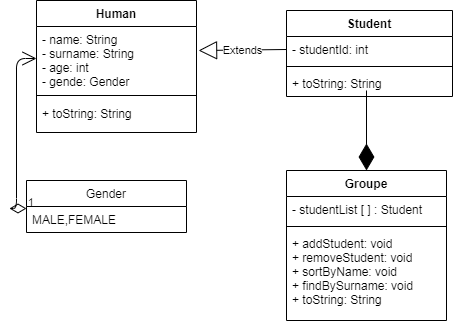
Earlier version of the draw.io export Untitled Diagram.png (AndProgKiev/OOP3). Source tidied: cells renumbered, new cells last; positions are measured from the earlier drawing's top-left corner, leaving out a move shared by most shapes.
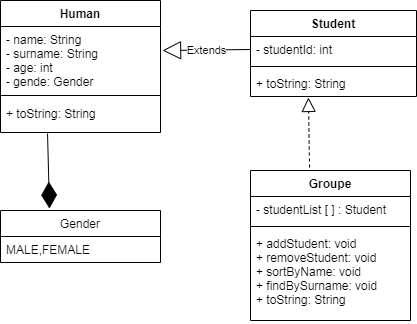
After the change.

What changed in the source:
```diff
@@ -17,15 +17,6 @@
     <mxCell id="6" value="Extends" style="endArrow=block;endSize=16;endFill=0;html=1;entryX=1.013;entryY=0.375;entryDx=0;entryDy=0;entryPerimeter=0;exitX=0;exitY=0.5;exitDx=0;exitDy=0;" parent="1" edge="1" source="15" target="11">
       <mxGeometry relative="1" as="geometry" />
     </mxCell>
-    <mxCell id="7" value="1" style="endArrow=open;html=1;endSize=12;startArrow=diamondThin;startSize=14;startFill=0;edgeStyle=orthogonalEdgeStyle;align=left;verticalAlign=bottom;exitX=0;exitY=0.077;exitDx=0;exitDy=0;exitPerimeter=0;entryX=0;entryY=0.5;entryDx=0;entryDy=0;" parent="1" edge="1" source="9" target="11">
-      <mxGeometry x="-1" y="3" relative="1" as="geometry" />
-    </mxCell>
-    <mxCell id="8" value="Gender" style="swimlane;fontStyle=0;horizontal=1;startSize=26;fillColor=none;" parent="1" vertex="1">
-      <mxGeometry y="180" width="160" height="52" as="geometry" />
-    </mxCell>
-    <mxCell id="9" value="MALE,FEMALE" style="text;strokeColor=none;fillColor=none;align=left;verticalAlign=top;spacingLeft=4;spacingRight=4;overflow=hidden;points=[[0,0.5],[1,0.5]];portConstraint=eastwest;" parent="8" vertex="1">
-      <mxGeometry y="26" width="160" height="26" as="geometry" />
-    </mxCell>
     <mxCell id="10" value="Human" style="swimlane;fontStyle=1;align=center;verticalAlign=top;horizontal=1;startSize=26;" parent="1" vertex="1">
       <mxGeometry x="10" width="160" height="132" as="geometry" />
     </mxCell>
@@ -50,10 +41,17 @@
     <mxCell id="17" value="+ toString: String" style="text;strokeColor=none;fillColor=none;align=left;verticalAlign=top;spacingLeft=4;spacingRight=4;overflow=hidden;points=[[0,0.5],[1,0.5]];portConstraint=eastwest;" parent="14" vertex="1">
       <mxGeometry y="60" width="166" height="26" as="geometry" />
     </mxCell>
-    <mxCell id="18" style="endArrow=diamondThin;endFill=1;endSize=24;html=1;entryX=0.5;entryY=0;entryDx=0;entryDy=0;" parent="1" edge="1" target="2">
-      <mxGeometry relative="1" as="geometry">
-        <mxPoint x="340" y="90" as="sourcePoint" />
-      </mxGeometry>
-    </mxCell>
+    <mxCell id="19" style="endArrow=block;dashed=1;endFill=0;endSize=12;html=1;entryX=0.349;entryY=1.038;entryDx=0;entryDy=0;entryPerimeter=0;exitX=0.369;exitY=-0.02;exitDx=0;exitDy=0;exitPerimeter=0;" parent="1" edge="1" source="2" target="17">
+      <mxGeometry relative="1" as="geometry" />
+    </mxCell>
+    <mxCell id="20" style="endArrow=diamondThin;endFill=1;endSize=24;html=1;exitX=0.294;exitY=1.031;exitDx=0;exitDy=0;exitPerimeter=0;entryX=0.306;entryY=-0.038;entryDx=0;entryDy=0;entryPerimeter=0;" parent="1" edge="1" source="13" target="8">
+      <mxGeometry relative="1" as="geometry" />
+    </mxCell>
+    <mxCell id="8" value="Gender" style="swimlane;fontStyle=0;horizontal=1;startSize=26;fillColor=none;" parent="1" vertex="1">
+      <mxGeometry x="10" y="210" width="160" height="52" as="geometry" />
+    </mxCell>
+    <mxCell id="9" value="MALE,FEMALE" style="text;strokeColor=none;fillColor=none;align=left;verticalAlign=top;spacingLeft=4;spacingRight=4;overflow=hidden;points=[[0,0.5],[1,0.5]];portConstraint=eastwest;" parent="8" vertex="1">
+      <mxGeometry y="26" width="160" height="26" as="geometry" />
+    </mxCell>
   </root>
 </mxGraphModel>
```
